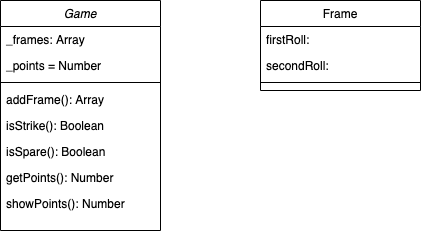
This is public/images/BowlingChallenge.png from makersacademy/bowling-challenge, a draw.io export, as it was before one commit. Source tidied: cells renumbered, new cells last; positions are measured from the earlier drawing's top-left corner, leaving out a move shared by most shapes.
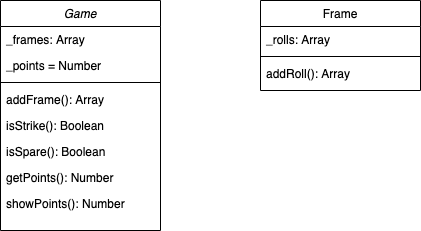
Later version of the same file.

Commit message:
updated class diagram and added src and spec files

What changed in the source:
```diff
@@ -32,14 +32,14 @@
     <mxCell id="11" value="Frame" style="swimlane;fontStyle=0;align=center;verticalAlign=top;horizontal=1;startSize=26;rounded=0;shadow=0;strokeWidth=1;" parent="1" vertex="1">
       <mxGeometry x="260" width="160" height="90" as="geometry" />
     </mxCell>
-    <mxCell id="12" value="firstRoll:&#10;&#10;&#10;" style="text;align=left;verticalAlign=top;spacingLeft=4;spacingRight=4;overflow=hidden;" parent="11" vertex="1">
+    <mxCell id="12" value="_rolls: Array" style="text;align=left;verticalAlign=top;spacingLeft=4;spacingRight=4;overflow=hidden;" parent="11" vertex="1">
       <mxGeometry y="26" width="160" height="26" as="geometry" />
     </mxCell>
-    <mxCell id="13" value="secondRoll:" style="text;align=left;verticalAlign=top;spacingLeft=4;spacingRight=4;overflow=hidden;rounded=0;shadow=0;html=0;" parent="11" vertex="1">
-      <mxGeometry y="52" width="160" height="26" as="geometry" />
-    </mxCell>
     <mxCell id="14" style="line;html=1;strokeWidth=1;align=left;verticalAlign=middle;spacingTop=-1;spacingLeft=3;spacingRight=3;labelPosition=right;" parent="11" vertex="1">
-      <mxGeometry y="78" width="160" height="8" as="geometry" />
+      <mxGeometry y="52" width="160" height="8" as="geometry" />
     </mxCell>
+    <mxCell id="15" value="addRoll(): Array" style="text;align=left;verticalAlign=top;spacingLeft=4;spacingRight=4;overflow=hidden;" parent="11" vertex="1">
+      <mxGeometry y="60" width="160" height="26" as="geometry" />
+    </mxCell>
   </root>
 </mxGraphModel>
```
